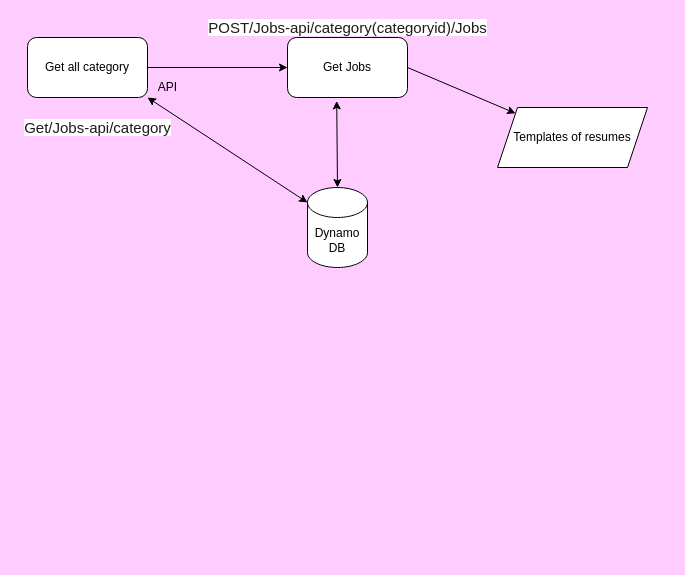
This is Get-Resume-workflow-Digram.drawio from prasadkovai/architecture-digram, a draw.io file, before an edit. Source tidied: cells renumbered, new cells numbered last; positions are measured from the earlier drawing's top-left corner, leaving out a move shared by most shapes. Both pictures are drawn from the tidied source at 100%, with x=0, y=0 at pixel (17, 17). Pictures stored in the file or linked from it are replaced by grey dashed boxes.
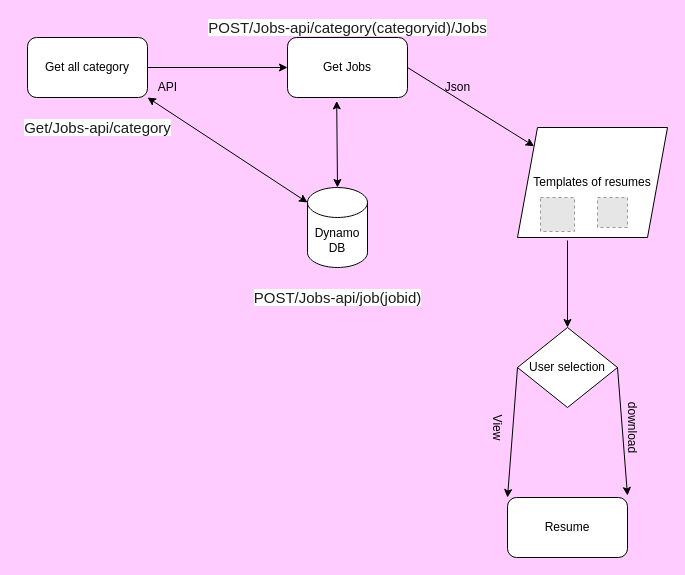
After the change.

What changed in the source:
```diff
@@
     <mxCell id="11" value="Templates of resumes" style="shape=parallelogram;perimeter=parallelogramPerimeter;whiteSpace=wrap;html=1;fixedSize=1;" parent="1" vertex="1">
-      <mxGeometry x="480" y="90" width="150" height="60" as="geometry" />
+      <mxGeometry x="500" y="110" width="150" height="110" as="geometry" />
     </mxCell>
@@
+    <mxCell id="13" style="fillColor=#E6E6E6;strokeColor=#999999;dashed=1;html=1;verticalAlign=top;verticalLabelPosition=bottom;labelBackgroundColor=#ffffff;" parent="1" vertex="1">
+      <mxGeometry x="523" y="180" width="34" height="34" as="geometry" />
+    </mxCell>
+    <mxCell id="14" style="fillColor=#E6E6E6;strokeColor=#999999;dashed=1;html=1;verticalAlign=top;verticalLabelPosition=bottom;labelBackgroundColor=#ffffff;" parent="1" vertex="1">
+      <mxGeometry x="580" y="180" width="30" height="30" as="geometry" />
+    </mxCell>
+    <mxCell id="15" value="Resume" style="rounded=1;whiteSpace=wrap;html=1;" parent="1" vertex="1">
+      <mxGeometry x="490" y="480" width="120" height="60" as="geometry" />
+    </mxCell>
+    <mxCell id="16" value="User selection" style="rhombus;whiteSpace=wrap;html=1;" parent="1" vertex="1">
+      <mxGeometry x="500" y="310" width="100" height="80" as="geometry" />
+    </mxCell>
+    <mxCell id="17" value="Json" style="text;html=1;align=center;verticalAlign=middle;strokeColor=none;" parent="1" vertex="1">
+      <mxGeometry x="420" y="60" width="40" height="20" as="geometry" />
+    </mxCell>
+    <mxCell id="18" style="endArrow=classic;html=1;entryX=0.5;entryY=0;entryDx=0;entryDy=0;" parent="1" edge="1" target="16">
+      <mxGeometry relative="1" as="geometry">
+        <mxPoint x="550" y="223" as="sourcePoint" />
+      </mxGeometry>
+    </mxCell>
+    <mxCell id="19" style="endArrow=classic;html=1;exitX=0;exitY=0.5;exitDx=0;exitDy=0;entryX=0;entryY=0;entryDx=0;entryDy=0;" parent="1" edge="1" source="16" target="15">
+      <mxGeometry relative="1" as="geometry" />
+    </mxCell>
+    <mxCell id="20" style="endArrow=classic;html=1;exitX=1;exitY=0.5;exitDx=0;exitDy=0;" parent="1" edge="1" source="16">
+      <mxGeometry relative="1" as="geometry">
+        <mxPoint x="610" y="478" as="targetPoint" />
+      </mxGeometry>
+    </mxCell>
+    <mxCell id="21" value="View" style="text;html=1;align=center;verticalAlign=middle;strokeColor=none;rotation=90;" parent="1" vertex="1">
+      <mxGeometry x="460" y="400" width="40" height="20" as="geometry" />
+    </mxCell>
+    <mxCell id="22" value="download" style="text;html=1;align=center;verticalAlign=middle;strokeColor=none;rotation=90;" parent="1" vertex="1">
+      <mxGeometry x="580" y="400" width="70" height="20" as="geometry" />
+    </mxCell>
+    <mxCell id="23" value="&lt;span style=&quot;color: rgb(29 , 28 , 29) ; font-family: , &amp;#34;applelogo&amp;#34; , sans-serif ; font-size: 15px ; text-align: left ; background-color: rgb(255 , 255 , 255)&quot;&gt;POST/Jobs-api/job(jobid)&lt;/span&gt;" style="text;html=1;align=center;verticalAlign=middle;strokeColor=none;" parent="1" vertex="1">
+      <mxGeometry x="230" y="270" width="180" height="20" as="geometry" />
+    </mxCell>
```
